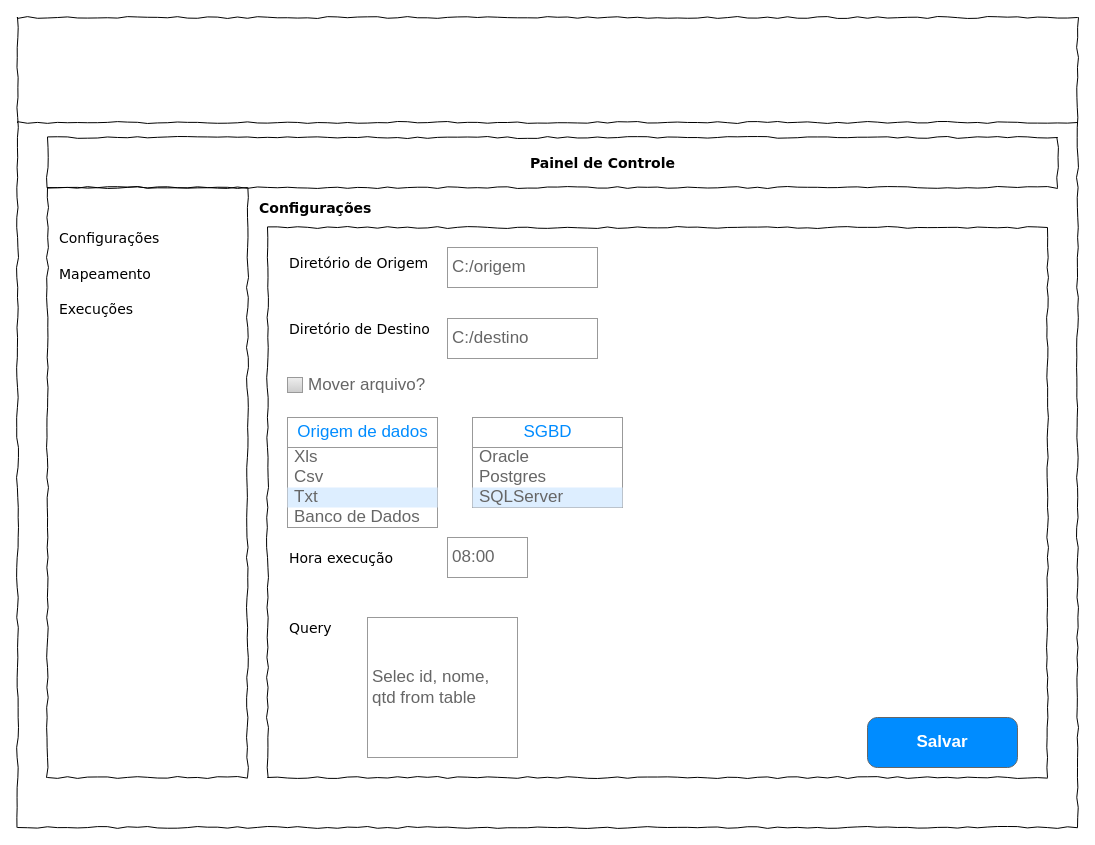
This is page "Configurações" (1 of 3) of Supermercado.drawio from engfelipeoliveira/supermercado, a draw.io file, before an edit. Source tidied: cells renumbered, new cells numbered last; positions are measured from the earlier drawing's top-left corner, leaving out a move shared by most shapes. Both pictures are drawn from the tidied source at 100%, with x=0, y=0 at pixel (17, 17).
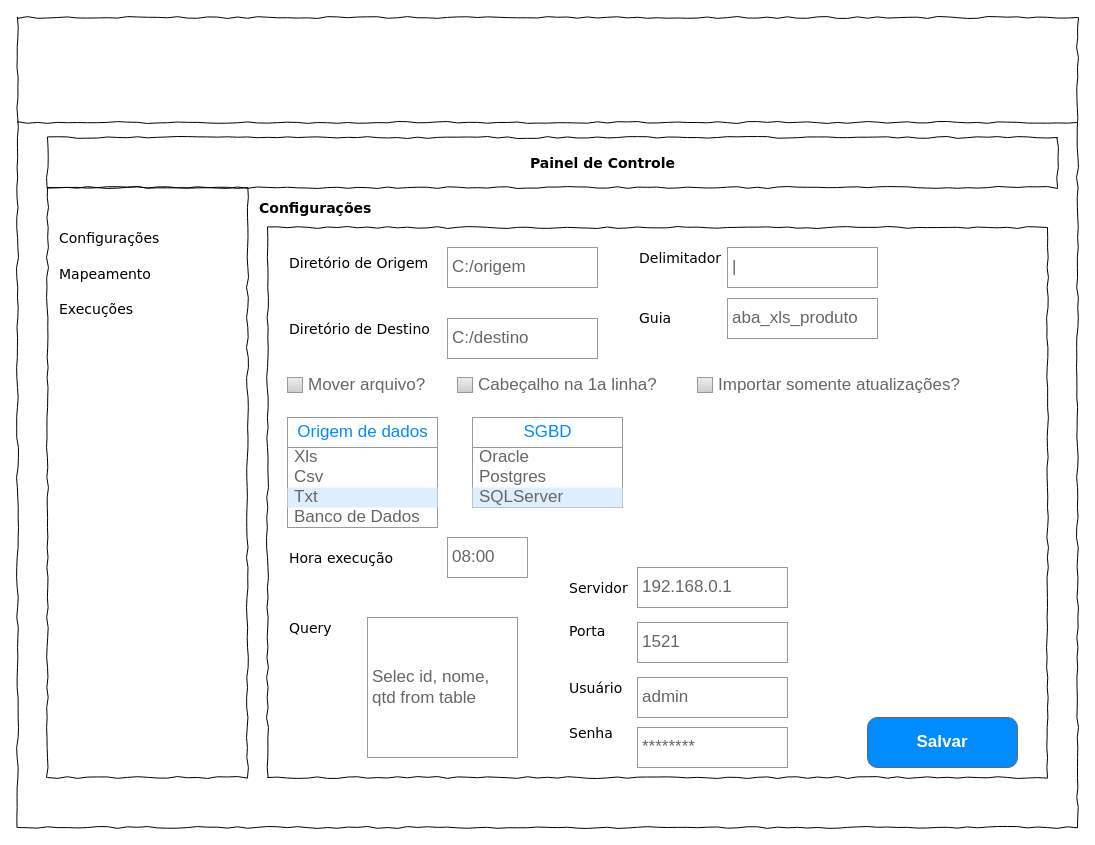
After the change.

The edit, as a diff of the source:
```diff
@@
+    <mxCell id="33" value="Delimitador" style="text;html=1;align=left;verticalAlign=top;spacingTop=-4;fontSize=14;fontFamily=Verdana;" parent="1" vertex="1">
+      <mxGeometry x="620" y="230" width="170" height="40" as="geometry" />
+    </mxCell>
+    <mxCell id="34" value="|" style="strokeWidth=1;shadow=0;dashed=0;align=center;html=1;shape=mxgraph.mockup.forms.pwField;strokeColor=#999999;mainText=;align=left;fontColor=#666666;fontSize=17;spacingLeft=3;" parent="1" vertex="1">
+      <mxGeometry x="710" y="230" width="150" height="40" as="geometry" />
+    </mxCell>
+    <mxCell id="35" value="Cabeçalho na 1a linha?" style="strokeWidth=1;shadow=0;dashed=0;align=center;html=1;shape=mxgraph.mockup.forms.rrect;rSize=0;fillColor=#eeeeee;strokeColor=#999999;gradientColor=#cccccc;align=left;spacingLeft=4;fontSize=17;fontColor=#666666;labelPosition=right;" parent="1" vertex="1">
+      <mxGeometry x="440" y="360" width="15" height="15" as="geometry" />
+    </mxCell>
+    <mxCell id="36" value="Servidor" style="text;html=1;align=left;verticalAlign=top;spacingTop=-4;fontSize=14;fontFamily=Verdana;" parent="1" vertex="1">
+      <mxGeometry x="550" y="560" width="170" height="40" as="geometry" />
+    </mxCell>
+    <mxCell id="37" value="Porta" style="text;html=1;align=left;verticalAlign=top;spacingTop=-4;fontSize=14;fontFamily=Verdana;" parent="1" vertex="1">
+      <mxGeometry x="550" y="602.5" width="170" height="40" as="geometry" />
+    </mxCell>
+    <mxCell id="38" value="192.168.0.1" style="strokeWidth=1;shadow=0;dashed=0;align=center;html=1;shape=mxgraph.mockup.forms.pwField;strokeColor=#999999;mainText=;align=left;fontColor=#666666;fontSize=17;spacingLeft=3;" parent="1" vertex="1">
+      <mxGeometry x="620" y="550" width="150" height="40" as="geometry" />
+    </mxCell>
+    <mxCell id="39" value="1521" style="strokeWidth=1;shadow=0;dashed=0;align=center;html=1;shape=mxgraph.mockup.forms.pwField;strokeColor=#999999;mainText=;align=left;fontColor=#666666;fontSize=17;spacingLeft=3;" parent="1" vertex="1">
+      <mxGeometry x="620" y="605" width="150" height="40" as="geometry" />
+    </mxCell>
+    <mxCell id="40" value="Usuário&amp;nbsp;" style="text;html=1;align=left;verticalAlign=top;spacingTop=-4;fontSize=14;fontFamily=Verdana;" parent="1" vertex="1">
+      <mxGeometry x="550" y="660" width="170" height="40" as="geometry" />
+    </mxCell>
+    <mxCell id="41" value="Senha" style="text;html=1;align=left;verticalAlign=top;spacingTop=-4;fontSize=14;fontFamily=Verdana;" parent="1" vertex="1">
+      <mxGeometry x="550" y="705" width="170" height="40" as="geometry" />
+    </mxCell>
+    <mxCell id="42" value="admin" style="strokeWidth=1;shadow=0;dashed=0;align=center;html=1;shape=mxgraph.mockup.forms.pwField;strokeColor=#999999;mainText=;align=left;fontColor=#666666;fontSize=17;spacingLeft=3;" parent="1" vertex="1">
+      <mxGeometry x="620" y="660" width="150" height="40" as="geometry" />
+    </mxCell>
+    <mxCell id="43" value="********" style="strokeWidth=1;shadow=0;dashed=0;align=center;html=1;shape=mxgraph.mockup.forms.pwField;strokeColor=#999999;mainText=;align=left;fontColor=#666666;fontSize=17;spacingLeft=3;" parent="1" vertex="1">
+      <mxGeometry x="620" y="710" width="150" height="40" as="geometry" />
+    </mxCell>
+    <mxCell id="44" value="Guia" style="text;html=1;align=left;verticalAlign=top;spacingTop=-4;fontSize=14;fontFamily=Verdana;" parent="1" vertex="1">
+      <mxGeometry x="620" y="290" width="170" height="40" as="geometry" />
+    </mxCell>
+    <mxCell id="45" value="aba_xls_produto" style="strokeWidth=1;shadow=0;dashed=0;align=center;html=1;shape=mxgraph.mockup.forms.pwField;strokeColor=#999999;mainText=;align=left;fontColor=#666666;fontSize=17;spacingLeft=3;" parent="1" vertex="1">
+      <mxGeometry x="710" y="281" width="150" height="40" as="geometry" />
+    </mxCell>
+    <mxCell id="46" value="Importar somente atualizações?" style="strokeWidth=1;shadow=0;dashed=0;align=center;html=1;shape=mxgraph.mockup.forms.rrect;rSize=0;fillColor=#eeeeee;strokeColor=#999999;gradientColor=#cccccc;align=left;spacingLeft=4;fontSize=17;fontColor=#666666;labelPosition=right;" parent="1" vertex="1">
+      <mxGeometry x="680" y="360" width="15" height="15" as="geometry" />
+    </mxCell>
```
